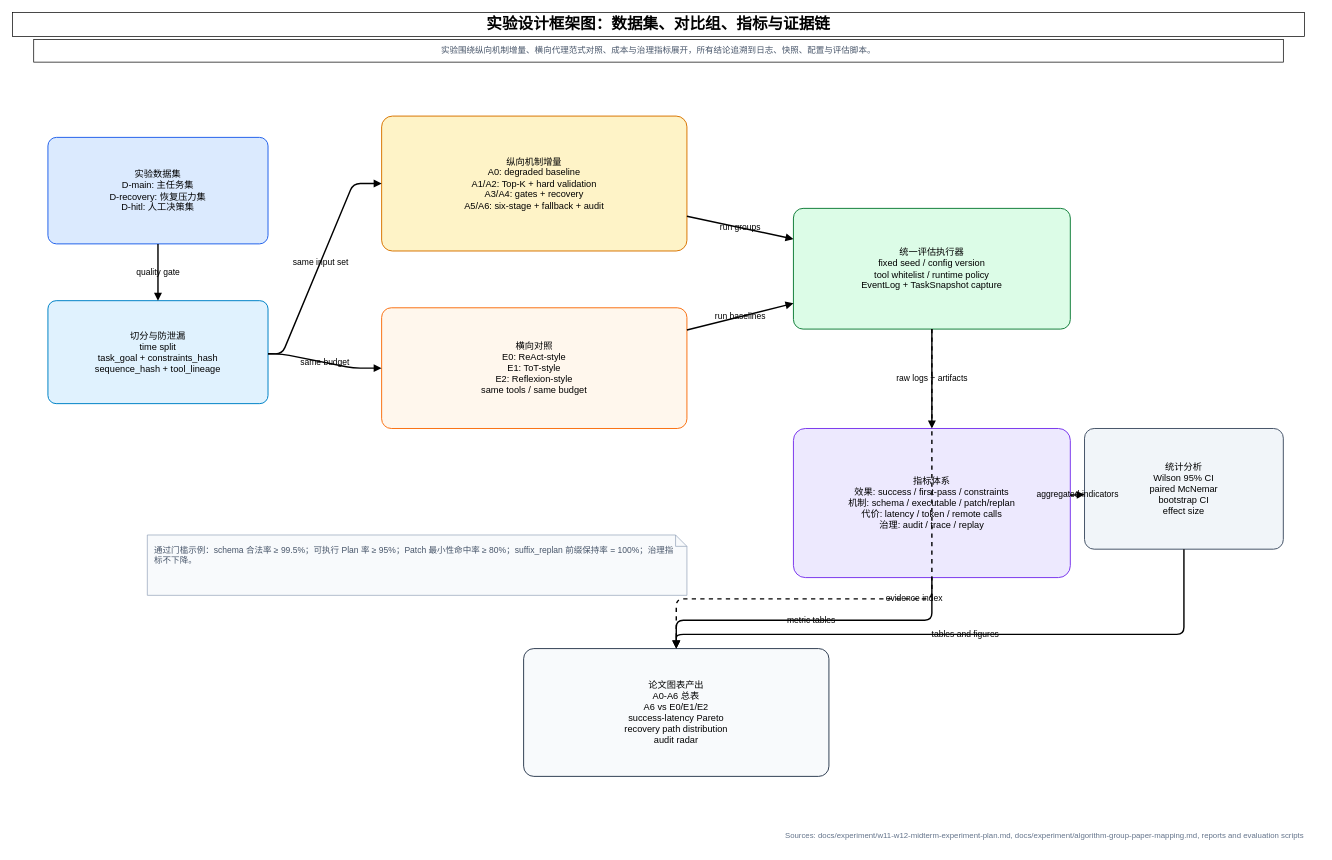
Earlier version of the draw.io diagram asserts/figures/experiment-design-framework.drawio (Yuri-Kon/thesis-project). Source tidied: cells renumbered, new cells numbered last; positions are measured from the earlier drawing's top-left corner, leaving out a move shared by most shapes. Both pictures are drawn from the tidied source at 71%, with x=0, y=0 at pixel (12, 12).
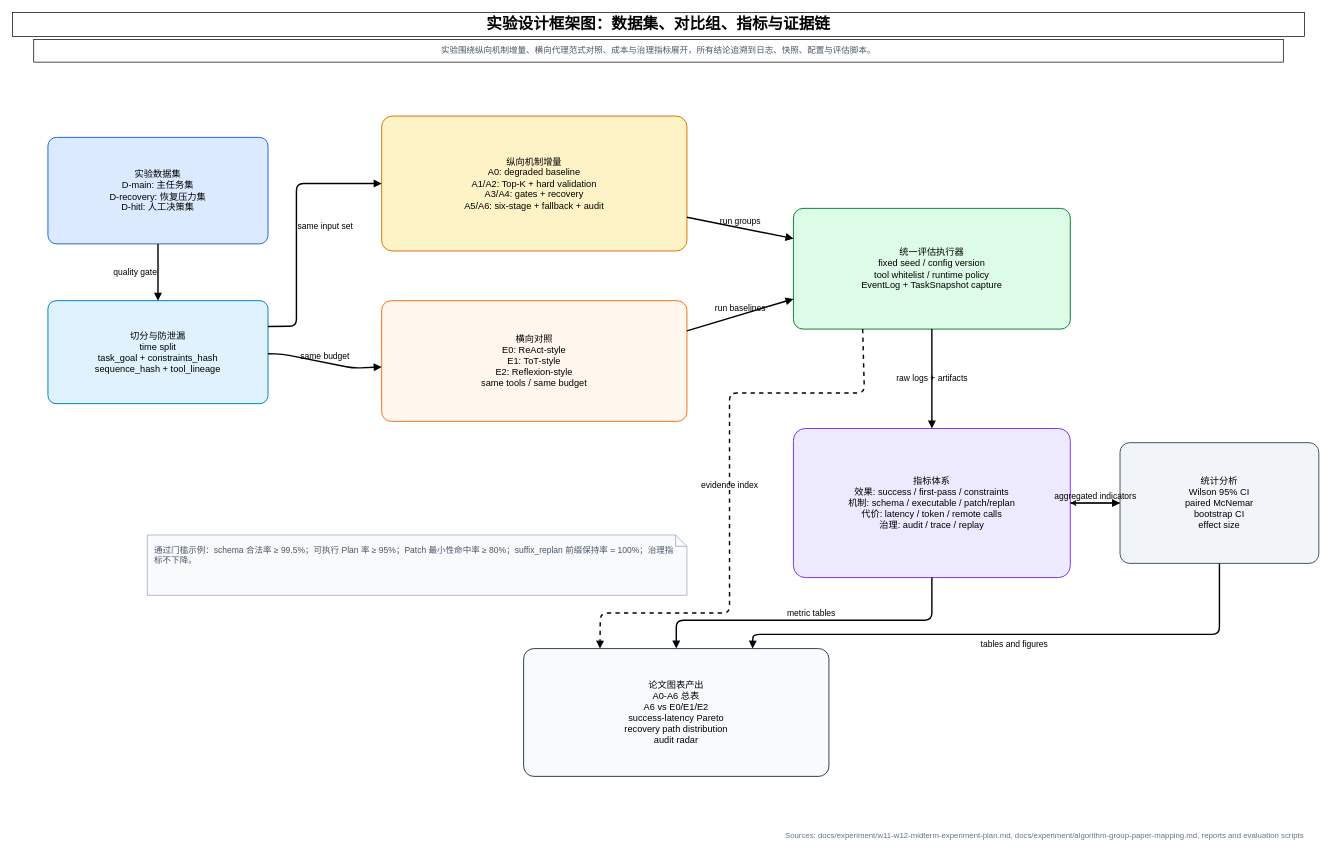
The same page after the edit.

Commit message (it also covers changes not shown here):
feat: 调整实验证据图

The change refers to these unchanged cells:
```xml
<mxCell id="4" value="实验数据集&lt;br&gt;D-main: 主任务集&lt;br&gt;D-recovery: 恢复压力集&lt;br&gt;D-hitl: 人工决策集" style="rounded=1;whiteSpace=wrap;html=1;arcSize=8;fillColor=#DBEAFE;strokeColor=#2563EB;strokeWidth=1.4;fontFamily=Helvetica;fontSize=13;align=center;verticalAlign=middle;spacing=8;" parent="1" vertex="1">
  <mxGeometry x="50" y="176" width="310" height="150" as="geometry" />
</mxCell>
<mxCell id="5" value="切分与防泄漏&lt;br&gt;time split&lt;br&gt;task_goal + constraints_hash&lt;br&gt;sequence_hash + tool_lineage" style="rounded=1;whiteSpace=wrap;html=1;arcSize=8;fillColor=#E0F2FE;strokeColor=#0284C7;strokeWidth=1.4;fontFamily=Helvetica;fontSize=13;align=center;verticalAlign=middle;spacing=8;" parent="1" vertex="1">
  <mxGeometry x="50" y="406" width="310" height="145" as="geometry" />
</mxCell>
<mxCell id="6" value="纵向机制增量&lt;br&gt;A0: degraded baseline&lt;br&gt;A1/A2: Top-K + hard validation&lt;br&gt;A3/A4: gates + recovery&lt;br&gt;A5/A6: six-stage + fallback + audit" style="rounded=1;whiteSpace=wrap;html=1;arcSize=8;fillColor=#FEF3C7;strokeColor=#D97706;strokeWidth=1.4;fontFamily=Helvetica;fontSize=13;align=center;verticalAlign=middle;spacing=8;" parent="1" vertex="1">
  <mxGeometry x="520" y="146" width="430" height="190" as="geometry" />
</mxCell>
<mxCell id="8" value="统一评估执行器&lt;br&gt;fixed seed / config version&lt;br&gt;tool whitelist / runtime policy&lt;br&gt;EventLog + TaskSnapshot capture" style="rounded=1;whiteSpace=wrap;html=1;arcSize=8;fillColor=#DCFCE7;strokeColor=#15803D;strokeWidth=1.4;fontFamily=Helvetica;fontSize=13;align=center;verticalAlign=middle;spacing=8;" parent="1" vertex="1">
  <mxGeometry x="1100" y="276" width="390" height="170" as="geometry" />
</mxCell>
<mxCell id="9" value="指标体系&lt;br&gt;效果: success / first-pass / constraints&lt;br&gt;机制: schema / executable / patch/replan&lt;br&gt;代价: latency / token / remote calls&lt;br&gt;治理: audit / trace / replay" style="rounded=1;whiteSpace=wrap;html=1;arcSize=8;fillColor=#EDE9FE;strokeColor=#7C3AED;strokeWidth=1.4;fontFamily=Helvetica;fontSize=13;align=center;verticalAlign=middle;spacing=8;" parent="1" vertex="1">
  <mxGeometry x="1100" y="586" width="390" height="210" as="geometry" />
</mxCell>
<mxCell id="11" value="论文图表产出&lt;br&gt;A0-A6 总表&lt;br&gt;A6 vs E0/E1/E2&lt;br&gt;success-latency Pareto&lt;br&gt;recovery path distribution&lt;br&gt;audit radar" style="rounded=1;whiteSpace=wrap;html=1;arcSize=8;fillColor=#F8FAFC;strokeColor=#334155;strokeWidth=1.4;fontFamily=Helvetica;fontSize=13;align=center;verticalAlign=middle;spacing=8;" parent="1" vertex="1">
  <mxGeometry x="720" y="896" width="430" height="180" as="geometry" />
</mxCell>
```

Diff of the diagram source:
```diff
@@
     <mxCell id="7" value="横向对照&lt;br&gt;E0: ReAct-style&lt;br&gt;E1: ToT-style&lt;br&gt;E2: Reflexion-style&lt;br&gt;same tools / same budget" style="rounded=1;whiteSpace=wrap;html=1;arcSize=8;fillColor=#FFF7ED;strokeColor=#F97316;strokeWidth=1.4;fontFamily=Helvetica;fontSize=13;align=center;verticalAlign=middle;spacing=8;" parent="1" vertex="1">
-      <mxGeometry x="520" y="416" width="430" height="170" as="geometry" />
+      <mxGeometry x="520" y="406" width="430" height="170" as="geometry" />
     </mxCell>
@@
+    <mxCell id="24" style="edgeStyle=orthogonalEdgeStyle;rounded=0;jettySize=auto;html=1;" parent="1" edge="1" source="10" target="9">
+      <mxGeometry relative="1" as="geometry" />
+    </mxCell>
     <mxCell id="10" value="统计分析&lt;br&gt;Wilson 95% CI&lt;br&gt;paired McNemar&lt;br&gt;bootstrap CI&lt;br&gt;effect size" style="rounded=1;whiteSpace=wrap;html=1;arcSize=8;fillColor=#F1F5F9;strokeColor=#475569;strokeWidth=1.4;fontFamily=Helvetica;fontSize=13;align=center;verticalAlign=middle;spacing=8;" parent="1" vertex="1">
-      <mxGeometry x="1510" y="586" width="280" height="170" as="geometry" />
+      <mxGeometry x="1560" y="606" width="280" height="170" as="geometry" />
     </mxCell>
@@
-    <mxCell id="12" value="quality gate" style="endArrow=block;html=1;rounded=1;strokeWidth=2;fontSize=12;fontFamily=Helvetica;labelBackgroundColor=none;" parent="1" edge="1" source="4" target="5">
+    <mxCell id="12" value="quality gate" style="endArrow=block;html=1;rounded=1;strokeWidth=2;fontSize=12;fontFamily=Helvetica;labelBackgroundColor=none;labelPosition=left;verticalLabelPosition=middle;align=right;verticalAlign=middle;" parent="1" edge="1" source="4" target="5">
       <mxGeometry relative="1" as="geometry" />
     </mxCell>
-    <mxCell id="13" value="same input set" style="endArrow=block;html=1;rounded=1;strokeWidth=2;fontSize=12;fontFamily=Helvetica;labelBackgroundColor=none;" parent="1" edge="1" source="5" target="6">
+    <mxCell id="13" value="same input set" style="endArrow=block;html=1;rounded=1;strokeWidth=2;fontSize=12;fontFamily=Helvetica;labelBackgroundColor=none;exitX=1;exitY=0.25;exitDx=0;exitDy=0;entryX=0;entryY=0.5;entryDx=0;entryDy=0;labelPosition=right;verticalLabelPosition=middle;align=left;verticalAlign=middle;" parent="1" edge="1" source="5" target="6">
       <mxGeometry relative="1" as="geometry">
         <Array as="points">
-          <mxPoint x="380" y="481" />
-          <mxPoint x="480" y="241" />
+          <mxPoint x="400" y="442" />
+          <mxPoint x="400" y="241" />
         </Array>
       </mxGeometry>
     </mxCell>
-    <mxCell id="14" value="same budget" style="endArrow=block;html=1;rounded=1;strokeWidth=2;fontSize=12;fontFamily=Helvetica;labelBackgroundColor=none;" parent="1" edge="1" source="5" target="7">
+    <mxCell id="14" value="same budget" style="endArrow=block;html=1;rounded=1;strokeWidth=2;fontSize=12;fontFamily=Helvetica;labelBackgroundColor=none;labelPosition=center;verticalLabelPosition=top;align=center;verticalAlign=bottom;" parent="1" edge="1" source="5" target="7">
       <mxGeometry relative="1" as="geometry">
         <Array as="points">
           <mxPoint x="380" y="481" />
           <mxPoint x="480" y="501" />
         </Array>
       </mxGeometry>
     </mxCell>
-    <mxCell id="15" value="run groups" style="endArrow=block;html=1;rounded=1;strokeWidth=2;fontSize=12;fontFamily=Helvetica;labelBackgroundColor=none;" parent="1" edge="1" source="6" target="8">
+    <mxCell id="15" value="run groups" style="endArrow=block;html=1;rounded=1;strokeWidth=2;fontSize=12;fontFamily=Helvetica;labelBackgroundColor=none;entryX=0;entryY=0.25;entryDx=0;entryDy=0;exitX=1;exitY=0.75;exitDx=0;exitDy=0;labelPosition=center;verticalLabelPosition=top;align=center;verticalAlign=bottom;" parent="1" edge="1" source="6" target="8">
       <mxGeometry relative="1" as="geometry" />
     </mxCell>
-    <mxCell id="16" value="run baselines" style="endArrow=block;html=1;rounded=1;strokeWidth=2;fontSize=12;fontFamily=Helvetica;labelBackgroundColor=none;" parent="1" edge="1" source="7" target="8">
+    <mxCell id="16" value="run baselines" style="endArrow=block;html=1;rounded=1;strokeWidth=2;fontSize=12;fontFamily=Helvetica;labelBackgroundColor=none;entryX=0;entryY=0.75;entryDx=0;entryDy=0;exitX=1;exitY=0.25;exitDx=0;exitDy=0;labelPosition=center;verticalLabelPosition=top;align=center;verticalAlign=bottom;" parent="1" edge="1" source="7" target="8">
       <mxGeometry relative="1" as="geometry" />
     </mxCell>
@@
-    <mxCell id="18" value="aggregated indicators" style="endArrow=block;html=1;rounded=1;strokeWidth=2;fontSize=12;fontFamily=Helvetica;labelBackgroundColor=none;" parent="1" edge="1" source="9" target="10">
+    <mxCell id="18" value="aggregated indicators" style="endArrow=block;html=1;rounded=1;strokeWidth=2;fontSize=12;fontFamily=Helvetica;labelBackgroundColor=none;labelPosition=center;verticalLabelPosition=top;align=center;verticalAlign=bottom;" parent="1" edge="1" source="9" target="10">
       <mxGeometry relative="1" as="geometry" />
     </mxCell>
-    <mxCell id="19" value="tables and figures" style="endArrow=block;html=1;rounded=1;strokeWidth=2;fontSize=12;fontFamily=Helvetica;labelBackgroundColor=none;" parent="1" edge="1" source="10" target="11">
+    <mxCell id="19" value="tables and figures" style="endArrow=block;html=1;rounded=1;strokeWidth=2;fontSize=12;fontFamily=Helvetica;labelBackgroundColor=none;entryX=0.75;entryY=0;entryDx=0;entryDy=0;labelPosition=center;verticalLabelPosition=bottom;align=center;verticalAlign=top;" parent="1" edge="1" source="10" target="11">
       <mxGeometry relative="1" as="geometry">
         <Array as="points">
-          <mxPoint x="1650" y="876" />
-          <mxPoint x="935" y="876" />
+          <mxPoint x="1700" y="876" />
+          <mxPoint x="1043" y="876" />
         </Array>
       </mxGeometry>
     </mxCell>
-    <mxCell id="20" value="metric tables" style="endArrow=block;html=1;rounded=1;strokeWidth=2;fontSize=12;fontFamily=Helvetica;labelBackgroundColor=none;" parent="1" edge="1" source="9" target="11">
+    <mxCell id="20" value="metric tables" style="endArrow=block;html=1;rounded=1;strokeWidth=2;fontSize=12;fontFamily=Helvetica;labelBackgroundColor=none;labelPosition=center;verticalLabelPosition=top;align=center;verticalAlign=bottom;" parent="1" edge="1" source="9" target="11">
       <mxGeometry relative="1" as="geometry">
         <Array as="points">
           <mxPoint x="1295" y="856" />
           <mxPoint x="935" y="856" />
         </Array>
       </mxGeometry>
     </mxCell>
-    <mxCell id="21" value="evidence index" style="endArrow=block;html=1;rounded=1;strokeWidth=2;fontSize=12;fontFamily=Helvetica;labelBackgroundColor=none;dashed=1;" parent="1" edge="1" source="8" target="11">
+    <mxCell id="21" value="evidence index" style="endArrow=block;html=1;rounded=1;strokeWidth=2;fontSize=12;fontFamily=Helvetica;labelBackgroundColor=none;dashed=1;exitX=0.25;exitY=1;exitDx=0;exitDy=0;entryX=0.25;entryY=0;entryDx=0;entryDy=0;" parent="1" edge="1" source="8" target="11">
       <mxGeometry relative="1" as="geometry">
         <Array as="points">
-          <mxPoint x="1295" y="506" />
-          <mxPoint x="1295" y="826" />
-          <mxPoint x="935" y="826" />
+          <mxPoint x="1200" y="536" />
+          <mxPoint x="1010" y="536" />
+          <mxPoint x="1010" y="846" />
+          <mxPoint x="828" y="846" />
         </Array>
       </mxGeometry>
     </mxCell>
```
